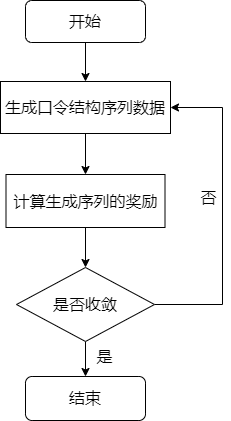
Before: seqgan-gen.drawio.png, a diagram exported from draw.io (lakomi/pictures). Source tidied: cells renumbered, new cells last; positions are measured from the earlier drawing's top-left corner, leaving out a move shared by most shapes.
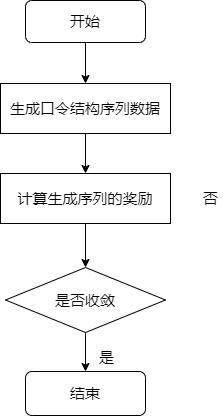
Above is the later version.

What changed in the source:
```diff
@@ -2,46 +2,38 @@
   <root>
     <mxCell id="0" />
     <mxCell id="1" parent="0" />
-    <mxCell id="2" style="edgeStyle=orthogonalEdgeStyle;rounded=0;jettySize=auto;html=1;exitX=0.5;exitY=1;exitDx=0;exitDy=0;fontSize=16;strokeWidth=1;" parent="1" edge="1" source="3" target="5">
+    <mxCell id="2" style="edgeStyle=orthogonalEdgeStyle;rounded=0;jettySize=auto;html=1;exitX=0.5;exitY=1;exitDx=0;exitDy=0;fontSize=15;strokeWidth=1;" parent="1" edge="1" source="3" target="5">
       <mxGeometry relative="1" as="geometry" />
     </mxCell>
-    <mxCell id="3" value="生成口令结构序列数据" style="rounded=0;whiteSpace=wrap;html=1;fontSize=16;strokeWidth=1;" parent="1" vertex="1">
-      <mxGeometry y="81" width="170" height="52" as="geometry" />
+    <mxCell id="3" value="生成口令结构序列数据" style="rounded=0;whiteSpace=wrap;html=1;fontSize=15;strokeWidth=1;" parent="1" vertex="1">
+      <mxGeometry y="83" width="170" height="50" as="geometry" />
     </mxCell>
-    <mxCell id="4" style="edgeStyle=orthogonalEdgeStyle;rounded=0;jettySize=auto;html=1;exitX=0.5;exitY=1;exitDx=0;exitDy=0;entryX=0.5;entryY=0;entryDx=0;entryDy=0;entryPerimeter=0;fontSize=16;strokeWidth=1;" parent="1" edge="1" source="5" target="10">
+    <mxCell id="4" style="edgeStyle=orthogonalEdgeStyle;rounded=0;jettySize=auto;html=1;exitX=0.5;exitY=1;exitDx=0;exitDy=0;entryX=0.5;entryY=0;entryDx=0;entryDy=0;entryPerimeter=0;fontSize=15;strokeWidth=1;" parent="1" edge="1" source="5" target="10">
       <mxGeometry relative="1" as="geometry" />
     </mxCell>
-    <mxCell id="5" value="计算生成序列的奖励" style="rounded=0;whiteSpace=wrap;html=1;fontSize=16;strokeWidth=1;" parent="1" vertex="1">
-      <mxGeometry x="5.5" y="174" width="159" height="53" as="geometry" />
+    <mxCell id="5" value="计算生成序列的奖励" style="rounded=0;whiteSpace=wrap;html=1;fontSize=15;strokeWidth=1;" parent="1" vertex="1">
+      <mxGeometry y="173" width="170" height="50" as="geometry" />
     </mxCell>
-    <mxCell id="6" style="edgeStyle=orthogonalEdgeStyle;rounded=0;jettySize=auto;html=1;exitX=0.5;exitY=1;exitDx=0;exitDy=0;fontSize=16;strokeWidth=1;" parent="1" edge="1" source="7" target="3">
+    <mxCell id="6" style="edgeStyle=orthogonalEdgeStyle;rounded=0;jettySize=auto;html=1;exitX=0.5;exitY=1;exitDx=0;exitDy=0;fontSize=15;strokeWidth=1;" parent="1" edge="1" source="7" target="3">
       <mxGeometry relative="1" as="geometry" />
     </mxCell>
-    <mxCell id="7" value="开始" style="rounded=1;whiteSpace=wrap;html=1;fontSize=16;strokeWidth=1;" parent="1" vertex="1">
+    <mxCell id="7" value="开始" style="rounded=1;whiteSpace=wrap;html=1;fontSize=15;strokeWidth=1;" parent="1" vertex="1">
       <mxGeometry x="25" width="120" height="42" as="geometry" />
     </mxCell>
-    <mxCell id="8" style="edgeStyle=orthogonalEdgeStyle;rounded=0;jettySize=auto;html=1;exitX=0.5;exitY=1;exitDx=0;exitDy=0;exitPerimeter=0;fontSize=16;strokeWidth=1;" parent="1" edge="1" source="10" target="11">
+    <mxCell id="8" style="edgeStyle=orthogonalEdgeStyle;rounded=0;jettySize=auto;html=1;exitX=0.5;exitY=1;exitDx=0;exitDy=0;exitPerimeter=0;fontSize=15;strokeWidth=1;" parent="1" edge="1" source="10" target="11">
       <mxGeometry relative="1" as="geometry" />
     </mxCell>
-    <mxCell id="9" style="edgeStyle=orthogonalEdgeStyle;rounded=0;jettySize=auto;html=1;exitX=1;exitY=0.5;exitDx=0;exitDy=0;exitPerimeter=0;entryX=1;entryY=0.5;entryDx=0;entryDy=0;fontSize=16;strokeWidth=1;" parent="1" edge="1" source="10" target="3">
-      <mxGeometry relative="1" as="geometry">
-        <Array as="points">
-          <mxPoint x="222" y="304" />
-          <mxPoint x="222" y="107" />
-        </Array>
-      </mxGeometry>
-    </mxCell>
-    <mxCell id="10" value="是否收敛" style="strokeWidth=1;html=1;shape=mxgraph.flowchart.decision;whiteSpace=wrap;fontSize=16;" parent="1" vertex="1">
-      <mxGeometry x="16" y="267" width="138" height="74" as="geometry" />
+    <mxCell id="10" value="是否收敛" style="strokeWidth=1;html=1;shape=mxgraph.flowchart.decision;whiteSpace=wrap;fontSize=15;" parent="1" vertex="1">
+      <mxGeometry x="5" y="267" width="160" height="65" as="geometry" />
     </mxCell>
-    <mxCell id="11" value="结束" style="rounded=1;whiteSpace=wrap;html=1;fontSize=16;strokeWidth=1;" parent="1" vertex="1">
-      <mxGeometry x="25" y="376" width="120" height="44" as="geometry" />
+    <mxCell id="11" value="结束" style="rounded=1;whiteSpace=wrap;html=1;fontSize=15;strokeWidth=1;" parent="1" vertex="1">
+      <mxGeometry x="25" y="371" width="120" height="44" as="geometry" />
     </mxCell>
-    <mxCell id="12" value="是" style="text;html=1;align=center;verticalAlign=middle;strokeColor=none;fillColor=none;fontSize=16;strokeWidth=1;" parent="1" vertex="1">
-      <mxGeometry x="91" y="344" width="26" height="23" as="geometry" />
+    <mxCell id="12" value="是" style="text;html=1;align=center;verticalAlign=middle;strokeColor=none;fillColor=none;fontSize=15;strokeWidth=1;" parent="1" vertex="1">
+      <mxGeometry x="93" y="346" width="25" height="22" as="geometry" />
     </mxCell>
-    <mxCell id="13" value="否" style="text;html=1;align=center;verticalAlign=middle;strokeColor=none;fillColor=none;fontSize=16;strokeWidth=1;" parent="1" vertex="1">
-      <mxGeometry x="195" y="185" width="26" height="23" as="geometry" />
+    <mxCell id="13" value="否" style="text;html=1;align=center;verticalAlign=middle;strokeColor=none;fillColor=none;fontSize=15;strokeWidth=1;" parent="1" vertex="1">
+      <mxGeometry x="197" y="187" width="25" height="22" as="geometry" />
     </mxCell>
   </root>
 </mxGraphModel>
```
